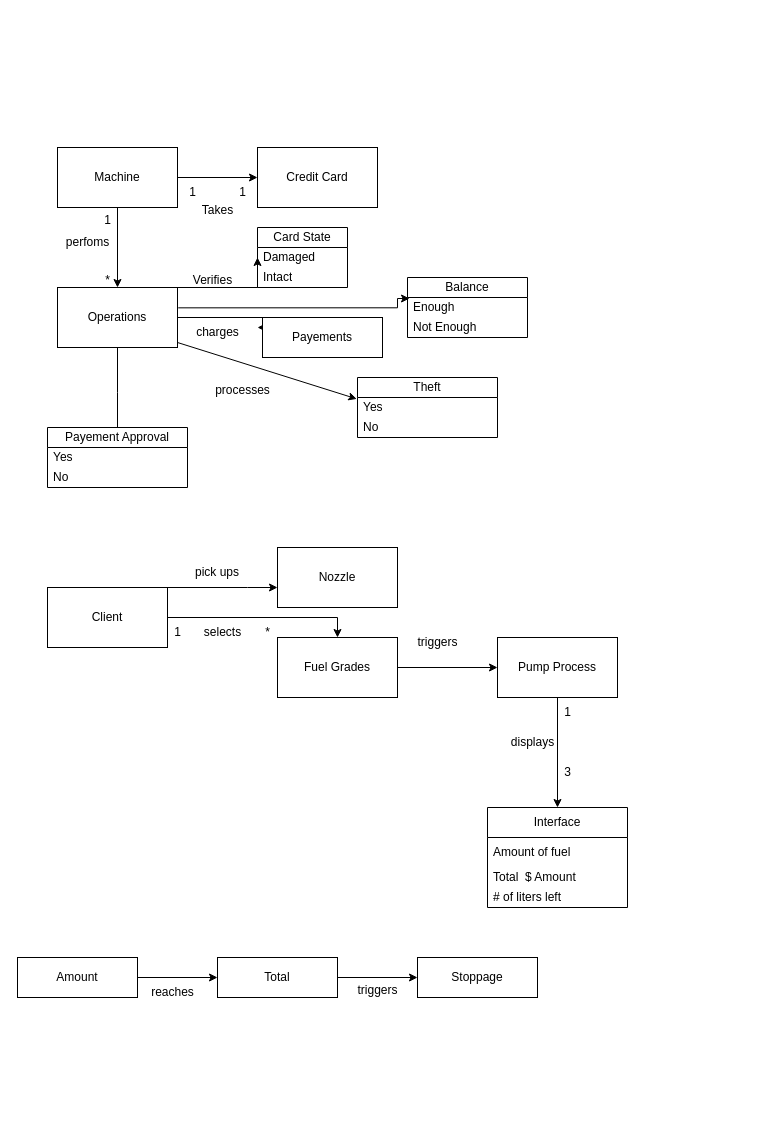
This is Untitled Diagram.drawio from sfnour/domain_model, a draw.io file, before an edit. Source tidied: cells renumbered, new cells numbered last; positions are measured from the earlier drawing's top-left corner, leaving out a move shared by most shapes. Both pictures are drawn from the tidied source at 100%, with x=0, y=0 at pixel (17, 147).
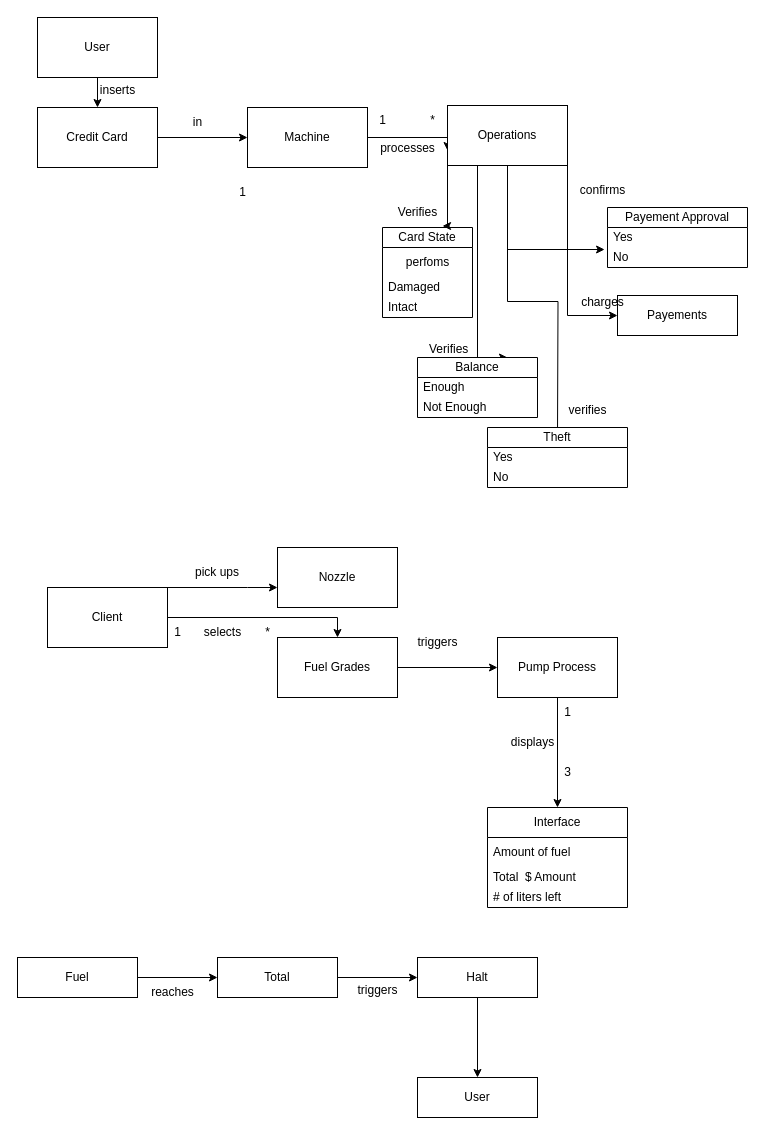
After the change.

The change refers to these unchanged cells:
```xml
<mxCell id="18" value="Enough" style="text;strokeColor=none;fillColor=none;align=left;verticalAlign=middle;spacingLeft=4;spacingRight=4;overflow=hidden;points=[[0,0.5],[1,0.5]];portConstraint=eastwest;whiteSpace=wrap;html=1;" parent="17" vertex="1">
  <mxGeometry y="20" width="120" height="20" as="geometry" />
</mxCell>
<mxCell id="33" value="No" style="text;strokeColor=none;fillColor=none;align=left;verticalAlign=middle;spacingLeft=4;spacingRight=4;overflow=hidden;points=[[0,0.5],[1,0.5]];portConstraint=eastwest;whiteSpace=wrap;html=1;" parent="31" vertex="1">
  <mxGeometry y="40" width="140" height="20" as="geometry" />
</mxCell>
```

Diff of the diagram source:
```diff
@@
-    <mxCell id="2" style="edgeStyle=orthogonalEdgeStyle;rounded=0;jettySize=auto;html=1;" parent="1" edge="1" source="4" target="5">
-      <mxGeometry relative="1" as="geometry" />
-    </mxCell>
-    <mxCell id="3" style="edgeStyle=orthogonalEdgeStyle;rounded=0;jettySize=auto;html=1;" parent="1" edge="1" source="4" target="13">
-      <mxGeometry relative="1" as="geometry" />
+    <mxCell id="3" style="edgeStyle=orthogonalEdgeStyle;rounded=0;jettySize=auto;html=1;entryX=0;entryY=0.75;entryDx=0;entryDy=0;" parent="1" edge="1" source="4" target="13">
+      <mxGeometry relative="1" as="geometry">
+        <Array as="points">
+          <mxPoint x="430" y="-10" />
+        </Array>
+      </mxGeometry>
     </mxCell>
     <mxCell id="4" value="Machine" style="rounded=0;whiteSpace=wrap;html=1;" parent="1" vertex="1">
-      <mxGeometry x="40" width="120" height="60" as="geometry" />
+      <mxGeometry x="230" y="-40" width="120" height="60" as="geometry" />
     </mxCell>
+    <mxCell id="61" style="edgeStyle=orthogonalEdgeStyle;rounded=0;jettySize=auto;html=1;" parent="1" edge="1" source="5" target="4">
+      <mxGeometry relative="1" as="geometry" />
+    </mxCell>
     <mxCell id="5" value="Credit Card" style="rounded=0;whiteSpace=wrap;html=1;" parent="1" vertex="1">
-      <mxGeometry x="240" width="120" height="60" as="geometry" />
+      <mxGeometry x="20" y="-40" width="120" height="60" as="geometry" />
     </mxCell>
-    <mxCell id="6" value="Takes" style="text;html=1;align=center;verticalAlign=middle;strokeColor=none;fillColor=none;" parent="1" vertex="1">
-      <mxGeometry x="175" y="48" width="50" height="30" as="geometry" />
-    </mxCell>
-    <mxCell id="7" value="1" style="text;html=1;align=center;verticalAlign=middle;strokeColor=none;fillColor=none;" parent="1" vertex="1">
-      <mxGeometry x="160" y="30" width="30" height="30" as="geometry" />
-    </mxCell>
@@
-    <mxCell id="9" style="edgeStyle=orthogonalEdgeStyle;rounded=0;jettySize=auto;html=1;exitX=1;exitY=0.5;exitDx=0;exitDy=0;entryX=0;entryY=0.5;entryDx=0;entryDy=0;" parent="1" edge="1" source="13" target="22">
-      <mxGeometry relative="1" as="geometry">
-        <Array as="points">
-          <mxPoint x="160" y="140" />
-          <mxPoint x="240" y="140" />
-        </Array>
-      </mxGeometry>
-    </mxCell>
-    <mxCell id="10" style="edgeStyle=orthogonalEdgeStyle;rounded=0;jettySize=auto;html=1;entryX=0.017;entryY=0.05;entryDx=0;entryDy=0;exitX=1.006;exitY=0.339;exitDx=0;exitDy=0;exitPerimeter=0;entryPerimeter=0;" parent="1" edge="1" source="13" target="18">
-      <mxGeometry relative="1" as="geometry">
-        <Array as="points">
-          <mxPoint x="380" y="160" />
-        </Array>
-      </mxGeometry>
-    </mxCell>
-    <mxCell id="11" style="edgeStyle=orthogonalEdgeStyle;rounded=0;jettySize=auto;html=1;exitX=1;exitY=0.75;exitDx=0;exitDy=0;" parent="1" edge="1" source="13">
-      <mxGeometry relative="1" as="geometry">
-        <mxPoint x="240" y="180" as="targetPoint" />
-        <Array as="points">
-          <mxPoint x="160" y="170" />
-          <mxPoint x="245" y="170" />
-          <mxPoint x="245" y="180" />
-        </Array>
-      </mxGeometry>
-    </mxCell>
-    <mxCell id="12" style="edgeStyle=orthogonalEdgeStyle;rounded=0;jettySize=auto;html=1;entryX=0.5;entryY=0;entryDx=0;entryDy=0;" parent="1" edge="1" source="13">
-      <mxGeometry relative="1" as="geometry">
-        <mxPoint x="100" y="290" as="targetPoint" />
-      </mxGeometry>
-    </mxCell>
+    <mxCell id="62" style="edgeStyle=orthogonalEdgeStyle;rounded=0;jettySize=auto;html=1;entryX=0;entryY=0.5;entryDx=0;entryDy=0;" parent="1" edge="1" source="13" target="24">
+      <mxGeometry relative="1" as="geometry">
+        <Array as="points">
+          <mxPoint x="550" y="168" />
+        </Array>
+      </mxGeometry>
+    </mxCell>
+    <mxCell id="63" style="edgeStyle=orthogonalEdgeStyle;rounded=0;jettySize=auto;html=1;entryX=0.75;entryY=0;entryDx=0;entryDy=0;" parent="1" edge="1" source="13" target="17">
+      <mxGeometry relative="1" as="geometry">
+        <Array as="points">
+          <mxPoint x="460" y="210" />
+        </Array>
+      </mxGeometry>
+    </mxCell>
+    <mxCell id="64" style="edgeStyle=orthogonalEdgeStyle;rounded=0;jettySize=auto;html=1;" parent="1" edge="1" source="13">
+      <mxGeometry relative="1" as="geometry">
+        <mxPoint x="540" y="290" as="targetPoint" />
+      </mxGeometry>
+    </mxCell>
     <mxCell id="13" value="Operations" style="rounded=0;whiteSpace=wrap;html=1;" parent="1" vertex="1">
-      <mxGeometry x="40" y="140" width="120" height="60" as="geometry" />
+      <mxGeometry x="430" y="-42" width="120" height="60" as="geometry" />
     </mxCell>
-    <mxCell id="14" value="&lt;div&gt;perfoms&lt;/div&gt;" style="text;html=1;align=center;verticalAlign=middle;strokeColor=none;fillColor=none;" parent="1" vertex="1">
-      <mxGeometry x="35" y="80" width="70" height="30" as="geometry" />
-    </mxCell>
     <mxCell id="15" value="1" style="text;html=1;align=center;verticalAlign=middle;strokeColor=none;fillColor=none;" parent="1" vertex="1">
-      <mxGeometry x="75" y="58" width="30" height="30" as="geometry" />
+      <mxGeometry x="350" y="-42" width="30" height="30" as="geometry" />
     </mxCell>
     <mxCell id="16" value="*" style="text;html=1;align=center;verticalAlign=middle;strokeColor=none;fillColor=none;" parent="1" vertex="1">
-      <mxGeometry x="75" y="118" width="30" height="30" as="geometry" />
+      <mxGeometry x="400" y="-42" width="30" height="30" as="geometry" />
     </mxCell>
     <mxCell id="17" value="Balance" style="swimlane;fontStyle=0;horizontal=1;startSize=20;whiteSpace=wrap;html=1;" parent="1" vertex="1">
-      <mxGeometry x="390" y="130" width="120" height="60" as="geometry" />
+      <mxGeometry x="400" y="210" width="120" height="60" as="geometry" />
     </mxCell>
@@
     <mxCell id="20" value="Verifies" style="text;html=1;align=center;verticalAlign=middle;strokeColor=none;fillColor=none;" parent="1" vertex="1">
-      <mxGeometry x="165" y="118" width="60" height="30" as="geometry" />
+      <mxGeometry x="370" y="50" width="60" height="30" as="geometry" />
     </mxCell>
     <mxCell id="21" value="Card State" style="swimlane;fontStyle=0;horizontal=1;startSize=20;whiteSpace=wrap;html=1;" parent="1" vertex="1">
-      <mxGeometry x="240" y="80" width="90" height="60" as="geometry" />
+      <mxGeometry x="365" y="80" width="90" height="90" as="geometry" />
     </mxCell>
+    <mxCell id="14" value="&lt;div&gt;perfoms&lt;/div&gt;" style="text;html=1;align=center;verticalAlign=middle;strokeColor=none;fillColor=none;" parent="21" vertex="1">
+      <mxGeometry y="20" width="90" height="30" as="geometry" />
+    </mxCell>
     <mxCell id="22" value="Damaged" style="text;strokeColor=none;fillColor=none;align=left;verticalAlign=middle;spacingLeft=4;spacingRight=4;overflow=hidden;points=[[0,0.5],[1,0.5]];portConstraint=eastwest;whiteSpace=wrap;html=1;" parent="21" vertex="1">
-      <mxGeometry y="20" width="90" height="20" as="geometry" />
+      <mxGeometry y="50" width="90" height="20" as="geometry" />
     </mxCell>
     <mxCell id="23" value="Intact" style="text;strokeColor=none;fillColor=none;align=left;verticalAlign=middle;spacingLeft=4;spacingRight=4;overflow=hidden;whiteSpace=wrap;html=1;" parent="21" vertex="1">
-      <mxGeometry y="40" width="90" height="20" as="geometry" />
+      <mxGeometry y="70" width="90" height="20" as="geometry" />
     </mxCell>
     <mxCell id="24" value="Payements" style="rounded=0;whiteSpace=wrap;html=1;" parent="1" vertex="1">
-      <mxGeometry x="245" y="170" width="120" height="40" as="geometry" />
+      <mxGeometry x="600" y="148" width="120" height="40" as="geometry" />
     </mxCell>
     <mxCell id="25" value="charges" style="text;html=1;align=center;verticalAlign=middle;strokeColor=none;fillColor=none;" parent="1" vertex="1">
-      <mxGeometry x="165" y="170" width="70" height="30" as="geometry" />
+      <mxGeometry x="550" y="140" width="70" height="30" as="geometry" />
     </mxCell>
     <mxCell id="26" value="Theft" style="swimlane;fontStyle=0;horizontal=1;startSize=20;whiteSpace=wrap;html=1;" parent="1" vertex="1">
-      <mxGeometry x="340" y="230" width="140" height="60" as="geometry" />
+      <mxGeometry x="470" y="280" width="140" height="60" as="geometry" />
     </mxCell>
@@
-    <mxCell id="29" style="endArrow=classic;html=1;rounded=0;entryX=-0.005;entryY=0.357;entryDx=0;entryDy=0;entryPerimeter=0;" parent="1" edge="1" target="26">
-      <mxGeometry relative="1" as="geometry">
-        <mxPoint x="160" y="195" as="sourcePoint" />
-      </mxGeometry>
-    </mxCell>
     <mxCell id="30" value="&lt;div&gt;processes&lt;/div&gt;&lt;div&gt;&lt;br&gt;&lt;/div&gt;" style="text;html=1;align=center;verticalAlign=middle;strokeColor=none;fillColor=none;" parent="1" vertex="1">
-      <mxGeometry x="185" y="230" width="80" height="40" as="geometry" />
+      <mxGeometry x="350" y="-12" width="80" height="40" as="geometry" />
     </mxCell>
     <mxCell id="31" value="Payement Approval" style="swimlane;fontStyle=0;horizontal=1;startSize=20;whiteSpace=wrap;html=1;" parent="1" vertex="1">
-      <mxGeometry x="30" y="280" width="140" height="60" as="geometry" />
+      <mxGeometry x="590" y="60" width="140" height="60" as="geometry" />
     </mxCell>
@@
-    <mxCell id="55" value="Amount" style="rounded=0;whiteSpace=wrap;html=1;" parent="1" vertex="1">
+    <mxCell id="55" value="Fuel" style="rounded=0;whiteSpace=wrap;html=1;" parent="1" vertex="1">
       <mxGeometry y="810" width="120" height="40" as="geometry" />
     </mxCell>
@@
+    <mxCell id="65" style="edgeStyle=orthogonalEdgeStyle;rounded=0;jettySize=auto;html=1;" parent="1" edge="1" source="59" target="66">
+      <mxGeometry relative="1" as="geometry" />
+    </mxCell>
-    <mxCell id="59" value="Stoppage" style="rounded=0;whiteSpace=wrap;html=1;" parent="1" vertex="1">
+    <mxCell id="59" value="Halt" style="rounded=0;whiteSpace=wrap;html=1;" parent="1" vertex="1">
       <mxGeometry x="400" y="810" width="120" height="40" as="geometry" />
     </mxCell>
@@
+    <mxCell id="66" value="User" style="rounded=0;whiteSpace=wrap;html=1;" parent="1" vertex="1">
+      <mxGeometry x="400" y="930" width="120" height="40" as="geometry" />
+    </mxCell>
+    <mxCell id="67" style="edgeStyle=orthogonalEdgeStyle;rounded=0;jettySize=auto;html=1;" parent="1" edge="1" source="68" target="5">
+      <mxGeometry relative="1" as="geometry" />
+    </mxCell>
+    <mxCell id="68" value="User" style="rounded=0;whiteSpace=wrap;html=1;" parent="1" vertex="1">
+      <mxGeometry x="20" y="-130" width="120" height="60" as="geometry" />
+    </mxCell>
+    <mxCell id="69" value="inserts" style="text;html=1;align=center;verticalAlign=middle;strokeColor=none;fillColor=none;" parent="1" vertex="1">
+      <mxGeometry x="70" y="-72" width="60" height="30" as="geometry" />
+    </mxCell>
+    <mxCell id="70" value="in" style="text;html=1;align=center;verticalAlign=middle;strokeColor=none;fillColor=none;" parent="1" vertex="1">
+      <mxGeometry x="165" y="-40" width="30" height="30" as="geometry" />
+    </mxCell>
+    <mxCell id="71" value="Verifies" style="text;whiteSpace=wrap;html=1;" parent="1" vertex="1">
+      <mxGeometry x="410" y="188" width="70" height="40" as="geometry" />
+    </mxCell>
+    <mxCell id="72" style="edgeStyle=orthogonalEdgeStyle;rounded=0;jettySize=auto;html=1;entryX=0.667;entryY=-0.017;entryDx=0;entryDy=0;entryPerimeter=0;" parent="1" edge="1" source="13" target="21">
+      <mxGeometry relative="1" as="geometry">
+        <Array as="points">
+          <mxPoint x="430" y="79" />
+        </Array>
+      </mxGeometry>
+    </mxCell>
+    <mxCell id="73" value="verifies" style="text;html=1;align=center;verticalAlign=middle;strokeColor=none;fillColor=none;" parent="1" vertex="1">
+      <mxGeometry x="540" y="248" width="60" height="30" as="geometry" />
+    </mxCell>
+    <mxCell id="74" style="edgeStyle=orthogonalEdgeStyle;rounded=0;jettySize=auto;html=1;entryX=-0.021;entryY=0.1;entryDx=0;entryDy=0;entryPerimeter=0;" parent="1" edge="1" source="13" target="33">
+      <mxGeometry relative="1" as="geometry" />
+    </mxCell>
+    <mxCell id="75" value="&lt;div&gt;confirms&lt;/div&gt;" style="text;html=1;align=center;verticalAlign=middle;strokeColor=none;fillColor=none;" parent="1" vertex="1">
+      <mxGeometry x="550" y="28" width="70" height="30" as="geometry" />
+    </mxCell>
```
